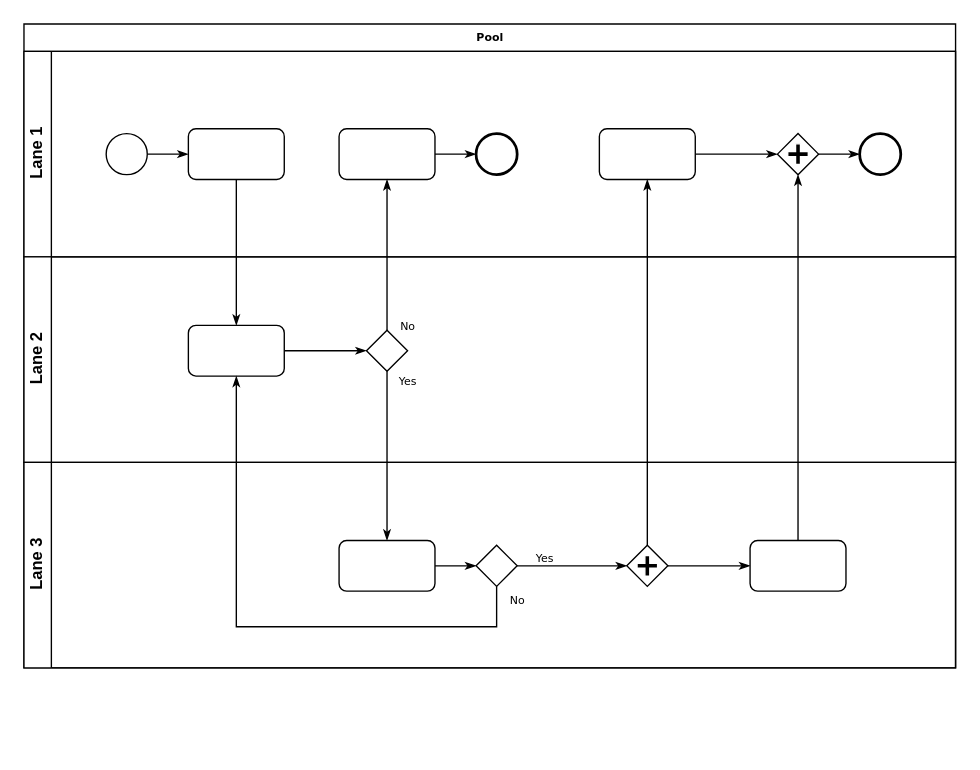
Above: Ипотека.drawio in tuzmas/BPMN (draw.io), before the change. Source tidied: cells renumbered, new cells numbered last; positions are measured from the earlier drawing's top-left corner, leaving out a move shared by most shapes. Both pictures are drawn from the tidied source at 137%, with x=0, y=0 at pixel (23, 23).
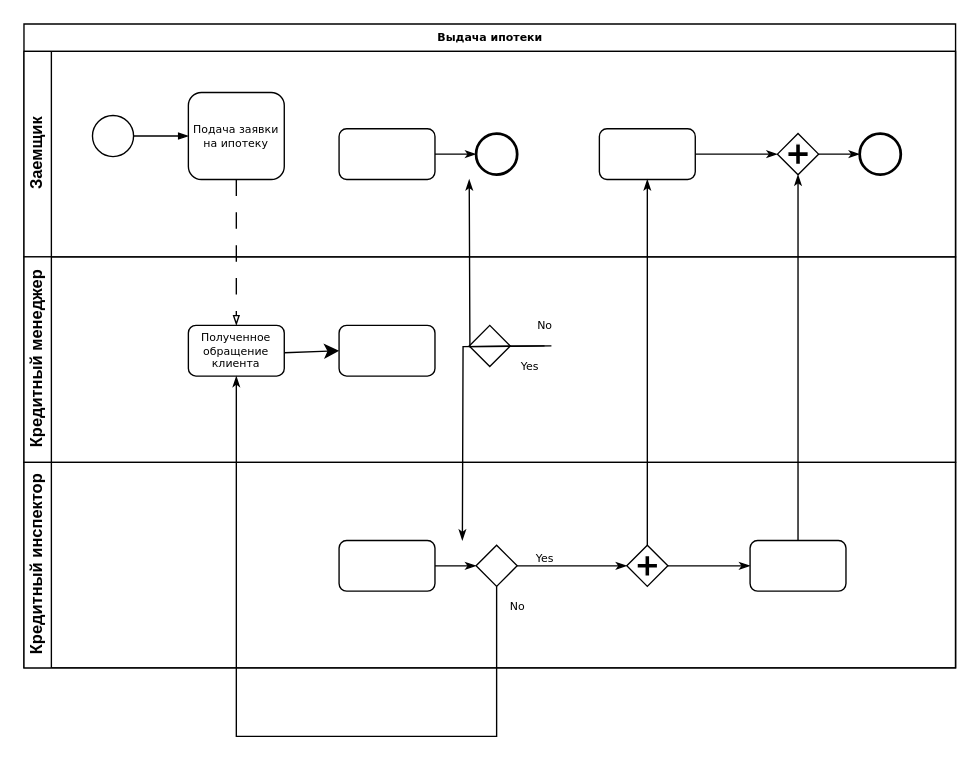
The same diagram, later.

The change refers to these unchanged cells:
```xml
<mxCell id="8" style="rounded=1;whiteSpace=wrap;html=1;shadow=0;labelBackgroundColor=none;strokeWidth=1;fontFamily=Verdana;fontSize=8;align=center;" parent="3" vertex="1">
  <mxGeometry x="230" y="56.5" width="70" height="37" as="geometry" />
</mxCell>
<mxCell id="21" style="rounded=1;whiteSpace=wrap;html=1;shadow=0;labelBackgroundColor=none;strokeWidth=1;fontFamily=Verdana;fontSize=8;align=center;" parent="19" vertex="1">
  <mxGeometry x="230" y="57" width="70" height="37" as="geometry" />
</mxCell>
<mxCell id="23" style="strokeWidth=1;html=1;shape=mxgraph.flowchart.decision;whiteSpace=wrap;rounded=1;shadow=0;labelBackgroundColor=none;fontFamily=Verdana;fontSize=8;align=center;" parent="19" vertex="1">
  <mxGeometry x="330" y="60.5" width="30" height="30" as="geometry" />
</mxCell>
```

The edit, as a diff of the source:
```diff
@@
-    <mxCell id="2" value="Pool" style="swimlane;html=1;horizontal=1;startSize=20;rounded=0;shadow=0;labelBackgroundColor=none;strokeWidth=1;fontFamily=Verdana;fontSize=8;align=center;" parent="1" vertex="1">
+    <mxCell id="2" value="Выдача ипотеки" style="swimlane;html=1;horizontal=1;startSize=20;rounded=0;shadow=0;labelBackgroundColor=none;strokeWidth=1;fontFamily=Verdana;fontSize=8;align=center;" parent="1" vertex="1">
       <mxGeometry width="680" height="470" as="geometry" />
     </mxCell>
-    <mxCell id="3" value="Lane 1" style="swimlane;html=1;startSize=20;horizontal=0;" parent="2" vertex="1">
+    <mxCell id="3" value="Заемщик" style="swimlane;html=1;startSize=20;horizontal=0;" parent="2" vertex="1">
       <mxGeometry y="20" width="680" height="150" as="geometry" />
     </mxCell>
-    <mxCell id="4" style="edgeStyle=orthogonalEdgeStyle;rounded=0;html=1;labelBackgroundColor=none;startArrow=none;startFill=0;startSize=5;endArrow=classicThin;endFill=1;endSize=5;jettySize=auto;strokeWidth=1;fontFamily=Verdana;fontSize=8;" parent="3" edge="1" source="5" target="6">
+    <mxCell id="4" style="edgeStyle=orthogonalEdgeStyle;rounded=0;html=1;labelBackgroundColor=none;startArrow=none;startFill=0;startSize=5;endArrow=blockThin;endFill=1;endSize=5;jettySize=auto;strokeWidth=1;fontFamily=Verdana;fontSize=8;" parent="3" edge="1" source="5" target="6">
       <mxGeometry relative="1" as="geometry" />
     </mxCell>
     <mxCell id="5" style="ellipse;whiteSpace=wrap;html=1;rounded=0;shadow=0;labelBackgroundColor=none;strokeWidth=1;fontFamily=Verdana;fontSize=8;align=center;" parent="3" vertex="1">
-      <mxGeometry x="60" y="60" width="30" height="30" as="geometry" />
+      <mxGeometry x="50" y="46.8" width="30" height="30" as="geometry" />
     </mxCell>
-    <mxCell id="6" style="rounded=1;whiteSpace=wrap;html=1;shadow=0;labelBackgroundColor=none;strokeWidth=1;fontFamily=Verdana;fontSize=8;align=center;" parent="3" vertex="1">
-      <mxGeometry x="120" y="56.5" width="70" height="37" as="geometry" />
+    <mxCell id="6" value="Подача заявки на ипотеку" style="rounded=1;whiteSpace=wrap;html=1;shadow=0;labelBackgroundColor=none;strokeWidth=1;fontFamily=Verdana;fontSize=8;align=center;" parent="3" vertex="1">
+      <mxGeometry x="120" y="30" width="70" height="63.5" as="geometry" />
     </mxCell>
@@
-    <mxCell id="15" value="Lane 2" style="swimlane;html=1;startSize=20;horizontal=0;" parent="2" vertex="1">
+    <mxCell id="15" value="Кредитный менеджер" style="swimlane;html=1;startSize=20;horizontal=0;" parent="2" vertex="1">
       <mxGeometry y="170" width="680" height="150" as="geometry" />
     </mxCell>
-    <mxCell id="16" style="edgeStyle=orthogonalEdgeStyle;rounded=0;html=1;labelBackgroundColor=none;startArrow=none;startFill=0;startSize=5;endArrow=classicThin;endFill=1;endSize=5;jettySize=auto;strokeWidth=1;fontFamily=Verdana;fontSize=8;" parent="15" edge="1" source="17" target="18">
-      <mxGeometry relative="1" as="geometry" />
-    </mxCell>
-    <mxCell id="17" style="rounded=1;whiteSpace=wrap;html=1;shadow=0;labelBackgroundColor=none;strokeWidth=1;fontFamily=Verdana;fontSize=8;align=center;" parent="15" vertex="1">
+    <mxCell id="17" value="Полученное обращение клиента" style="rounded=1;whiteSpace=wrap;html=1;shadow=0;labelBackgroundColor=none;strokeWidth=1;fontFamily=Verdana;fontSize=8;align=center;" parent="15" vertex="1">
       <mxGeometry x="120" y="50" width="70" height="37" as="geometry" />
     </mxCell>
     <mxCell id="18" style="strokeWidth=1;html=1;shape=mxgraph.flowchart.decision;whiteSpace=wrap;rounded=1;shadow=0;labelBackgroundColor=none;fontFamily=Verdana;fontSize=8;align=center;" parent="15" vertex="1">
-      <mxGeometry x="250" y="53.5" width="30" height="30" as="geometry" />
+      <mxGeometry x="325" y="50" width="30" height="30" as="geometry" />
     </mxCell>
+    <mxCell id="29" value="Yes" style="edgeStyle=orthogonalEdgeStyle;rounded=0;html=1;labelBackgroundColor=none;startArrow=none;startFill=0;startSize=5;endArrow=classicThin;endFill=1;endSize=5;jettySize=auto;orthogonalLoop=1;strokeWidth=1;fontFamily=Verdana;fontSize=8;" parent="15" edge="1">
+      <mxGeometry x="-0.89" y="15" relative="1" as="geometry">
+        <mxPoint x="380" y="65" as="sourcePoint" />
+        <mxPoint x="320" y="207" as="targetPoint" />
+      </mxGeometry>
+    </mxCell>
+    <mxCell id="28" value="No" style="edgeStyle=orthogonalEdgeStyle;rounded=0;html=1;labelBackgroundColor=none;startArrow=none;startFill=0;startSize=5;endArrow=classicThin;endFill=1;endSize=5;jettySize=auto;orthogonalLoop=1;strokeWidth=1;fontFamily=Verdana;fontSize=8;" parent="15" edge="1">
+      <mxGeometry x="-0.94" y="-15" relative="1" as="geometry">
+        <mxPoint x="385" y="65" as="sourcePoint" />
+        <mxPoint x="325" y="-56.5" as="targetPoint" />
+      </mxGeometry>
+    </mxCell>
+    <mxCell id="33" style="rounded=1;whiteSpace=wrap;html=1;shadow=0;labelBackgroundColor=none;strokeWidth=1;fontFamily=Verdana;fontSize=8;align=center;" parent="15" vertex="1">
+      <mxGeometry x="230" y="50" width="70" height="37" as="geometry" />
+    </mxCell>
+    <mxCell id="34" style="edgeStyle=none;jettySize=auto;html=1;rounded=0;fontSize=12;startSize=8;endSize=8;curved=1;entryX=0;entryY=0.5;entryDx=0;entryDy=0;" parent="15" edge="1" target="33">
+      <mxGeometry relative="1" as="geometry">
+        <mxPoint x="190" y="70" as="sourcePoint" />
+      </mxGeometry>
+    </mxCell>
-    <mxCell id="19" value="Lane 3" style="swimlane;html=1;startSize=20;horizontal=0;" parent="2" vertex="1">
+    <mxCell id="19" value="Кредитный инспектор" style="swimlane;html=1;startSize=20;horizontal=0;" parent="2" vertex="1">
       <mxGeometry y="320" width="680" height="150" as="geometry" />
     </mxCell>
@@
-    <mxCell id="27" style="edgeStyle=orthogonalEdgeStyle;rounded=0;html=1;labelBackgroundColor=none;startArrow=none;startFill=0;startSize=5;endArrow=classicThin;endFill=1;endSize=5;jettySize=auto;strokeWidth=1;fontFamily=Verdana;fontSize=8;" parent="2" edge="1" source="6" target="17">
+    <mxCell id="27" style="edgeStyle=orthogonalEdgeStyle;rounded=0;html=1;labelBackgroundColor=none;startArrow=none;startFill=0;startSize=5;endArrow=blockThin;endFill=0;endSize=5;jettySize=auto;strokeWidth=1;fontFamily=Verdana;fontSize=8;dashed=1;dashPattern=12 12;" parent="2" edge="1" source="6" target="17">
       <mxGeometry relative="1" as="geometry" />
     </mxCell>
-    <mxCell id="28" value="No" style="edgeStyle=orthogonalEdgeStyle;rounded=0;html=1;labelBackgroundColor=none;startArrow=none;startFill=0;startSize=5;endArrow=classicThin;endFill=1;endSize=5;jettySize=auto;strokeWidth=1;fontFamily=Verdana;fontSize=8;" parent="2" edge="1" source="18" target="8">
-      <mxGeometry x="-0.94" y="-15" relative="1" as="geometry" />
-    </mxCell>
-    <mxCell id="29" value="Yes" style="edgeStyle=orthogonalEdgeStyle;rounded=0;html=1;labelBackgroundColor=none;startArrow=none;startFill=0;startSize=5;endArrow=classicThin;endFill=1;endSize=5;jettySize=auto;strokeWidth=1;fontFamily=Verdana;fontSize=8;" parent="2" edge="1" source="18" target="21">
-      <mxGeometry x="-0.89" y="15" relative="1" as="geometry" />
-    </mxCell>
@@
     <mxCell id="31" value="No" style="edgeStyle=orthogonalEdgeStyle;rounded=0;html=1;labelBackgroundColor=none;startArrow=none;startFill=0;startSize=5;endArrow=classicThin;endFill=1;endSize=5;jettySize=auto;strokeWidth=1;fontFamily=Verdana;fontSize=8;" parent="2" edge="1" source="23" target="17">
       <mxGeometry x="-0.95" y="15" relative="1" as="geometry">
         <Array as="points">
-          <mxPoint x="345" y="440" />
-          <mxPoint x="155" y="440" />
+          <mxPoint x="345" y="520" />
+          <mxPoint x="155" y="520" />
         </Array>
       </mxGeometry>
     </mxCell>
```
